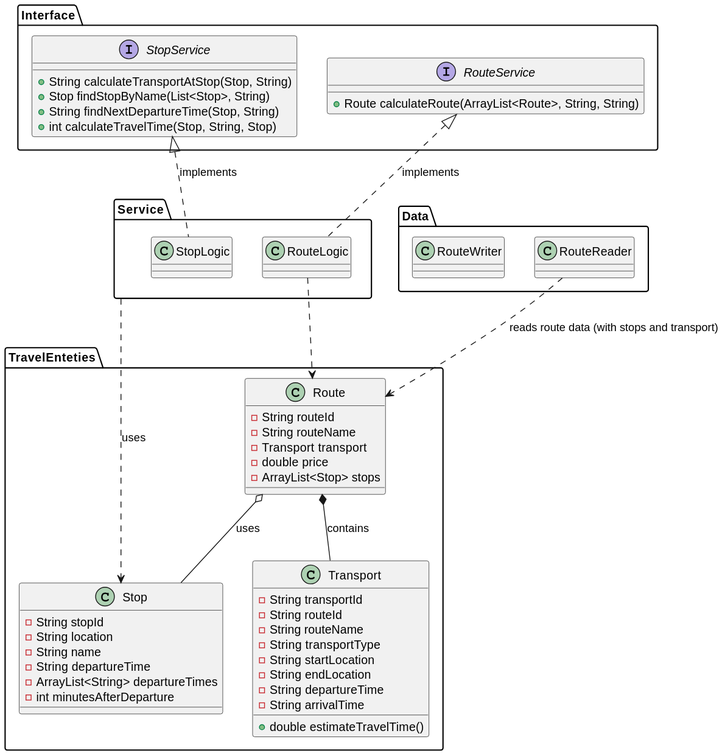
Earlier version of the PlantUML export develop/core/routesearch/src/main/resources/KlassediagramMapper.svg (Patr1ckTS/SET16_ProsjektEksamen). The source it was exported from:
```plantuml
@startuml
package "Interface" {
    interface StopService {
        + String calculateTransportAtStop(Stop, String)
        + Stop findStopByName(List<Stop>, String)
        + String findNextDepartureTime(Stop, String)
        + int calculateTravelTime(Stop, String, Stop)
    }
    interface RouteService {
        + Route calculateRoute(ArrayList<Route>, String, String)
    }
}

package "Service" {
    class StopLogic
    class RouteLogic
}

package "TravelEnteties" {
    class Stop {
        - String stopId
        - String location
        - String name
        - String departureTime
        - ArrayList<String> departureTimes
        - int minutesAfterDeparture
    }
    class Route {
        - String routeId
        - String routeName
        - Transport transport
        - double price
        - ArrayList<Stop> stops
    }
    class Transport {
        - String transportId
        - String routeId
        - String routeName
        - String transportType
        - String startLocation
        - String endLocation
        - String departureTime
        - String arrivalTime
        + double estimateTravelTime()
    }
}


package "Data" {
        class RouteReader
        class RouteWriter
}



Interface.StopService <|.. Service.StopLogic : implements
Interface.RouteService <|.. Service.RouteLogic : implements

Service ..> TravelEnteties.Stop : uses
Service.RouteLogic ..> TravelEnteties.Route

Data.RouteReader ..> TravelEnteties.Route : "reads route data (with stops and transport)"

TravelEnteties.Route *-- TravelEnteties.Transport : contains
TravelEnteties.Route o-- TravelEnteties.Stop : uses
@enduml
```
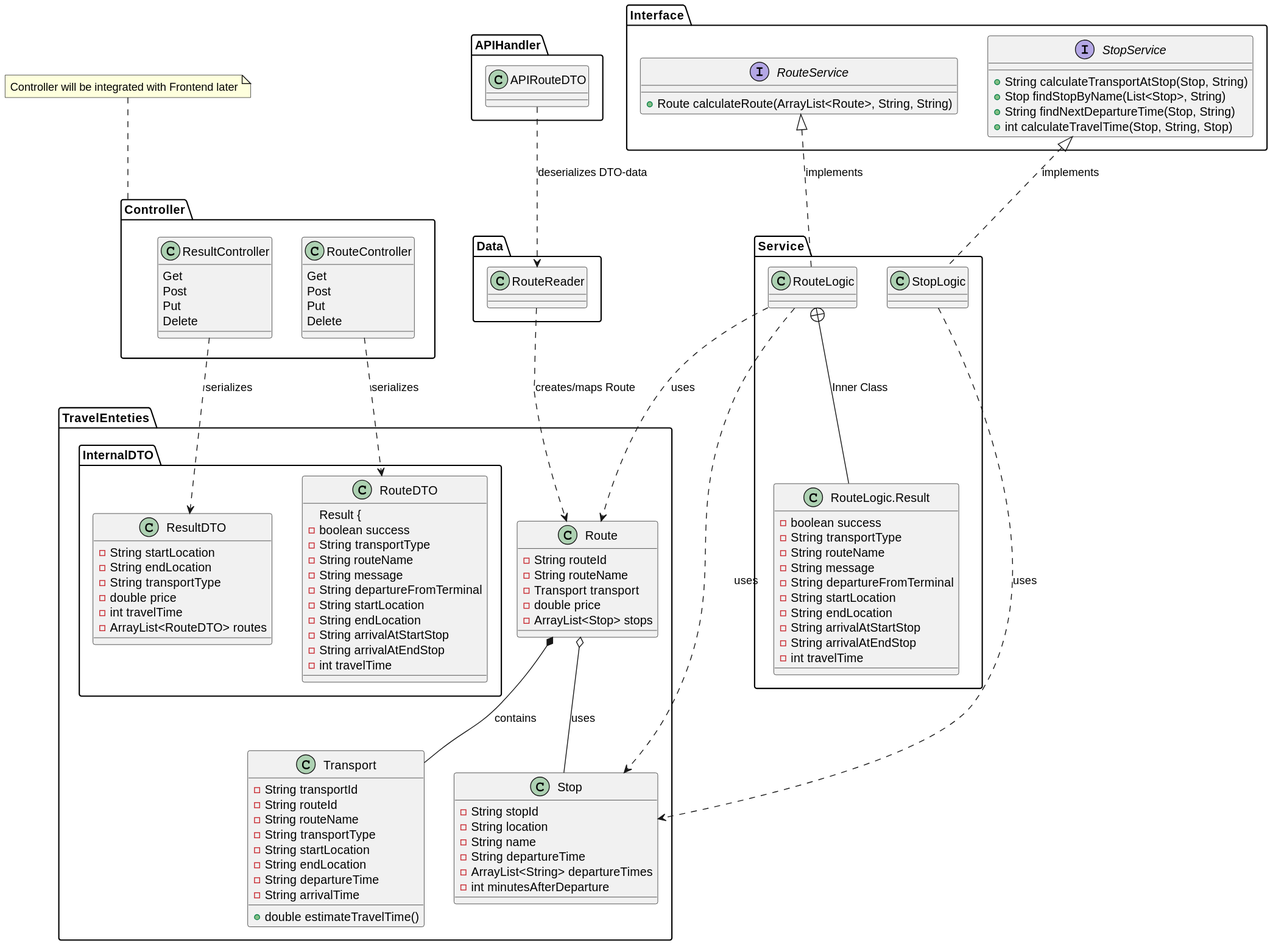
After the change.

Change to the diagram source:
```diff
@@ -12,8 +12,23 @@
 }
 
 package "Service" {
-    class StopLogic
-    class RouteLogic
+    class StopLogic {}
+    class RouteLogic {}
+    class "RouteLogic.Result" as Result {
+        - boolean success
+        - String transportType
+        - String routeName
+        - String message
+        - String departureFromTerminal
+        - String startLocation
+        - String endLocation
+        - String arrivalAtStartStop
+        - String arrivalAtEndStop
+        - int travelTime
+    }
+
+    RouteLogic +-- Result : Inner Class
+
 }
 
 package "TravelEnteties" {
@@ -43,24 +58,74 @@
         - String arrivalTime
         + double estimateTravelTime()
     }
+
+    package InternalDTO {
+        class RouteDTO {
+            Result {
+                - boolean success
+                - String transportType
+                - String routeName
+                - String message
+                - String departureFromTerminal
+                - String startLocation
+                - String endLocation
+                - String arrivalAtStartStop
+                - String arrivalAtEndStop
+                - int travelTime
+            }
+        class ResultDTO {
+            - String startLocation
+            - String endLocation
+            - String transportType
+            - double price
+            - int travelTime
+            - ArrayList<RouteDTO> routes
+        }
+    }
 }
 
+package "Controller" {
+    class RouteController {
+        Get
+        Post
+        Put
+        Delete
+    }
+
+    class ResultController {
+        Get
+        Post
+        Put
+        Delete
+    }
+
+}
+    note top of Controller
+        Controller will be integrated with Frontend later
+    end note
 
 package "Data" {
-        class RouteReader
-        class RouteWriter
+    class RouteReader
 }
 
-
+package "APIHandler" {
+    class APIRouteDTO
+}
 
 Interface.StopService <|.. Service.StopLogic : implements
 Interface.RouteService <|.. Service.RouteLogic : implements
 
-Service ..> TravelEnteties.Stop : uses
-Service.RouteLogic ..> TravelEnteties.Route
+Service.RouteLogic ..> TravelEnteties.Stop : uses
+Service.RouteLogic ..> TravelEnteties.Route : uses
+Service.StopLogic ..> TravelEnteties.Stop : uses
 
-Data.RouteReader ..> TravelEnteties.Route : "reads route data (with stops and transport)"
+APIHandler.APIRouteDTO ..> Data.RouteReader : deserializes DTO-data
+Data.RouteReader ..> TravelEnteties.Route : creates/maps Route
 
 TravelEnteties.Route *-- TravelEnteties.Transport : contains
 TravelEnteties.Route o-- TravelEnteties.Stop : uses
+
+Controller.RouteController ..> TravelEnteties.InternalDTO.RouteDTO : serializes
+
+Controller.ResultController ..> TravelEnteties.InternalDTO.ResultDTO : serializes
 @enduml
```
